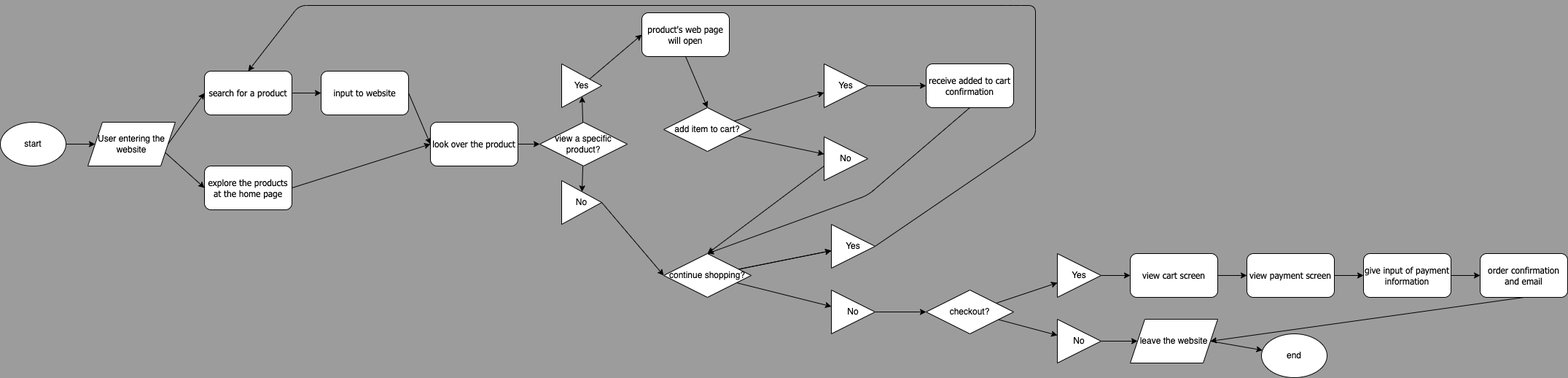
Earlier version of the draw.io export explore/diagramming/diagram.drawio.png (joyceweng/fa22-cse110-lab4). Source tidied: cells renumbered, new cells last; positions are measured from the earlier drawing's top-left corner, leaving out a move shared by most shapes.
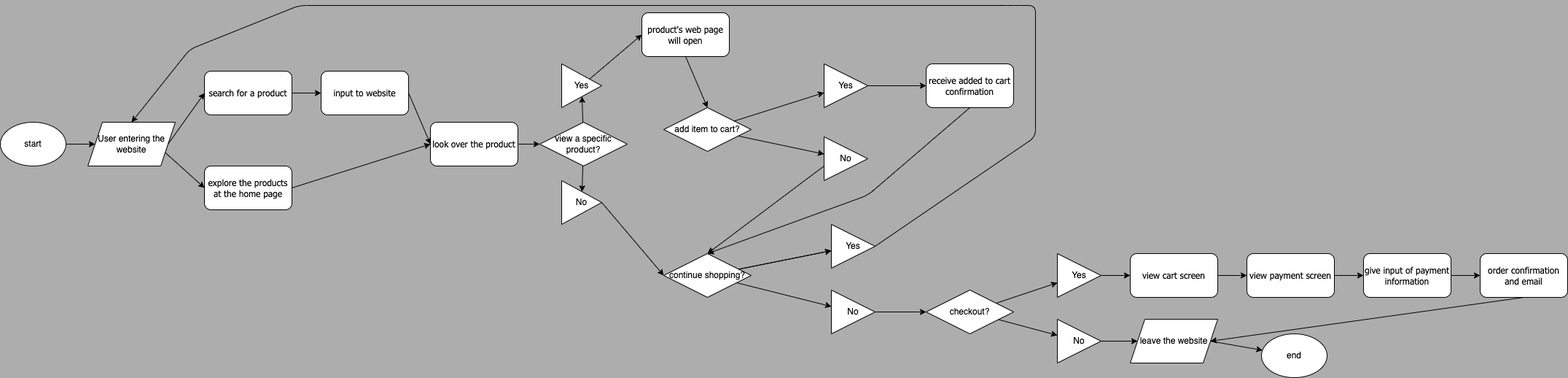
Above is the later version.

Diff of the diagram source:
```diff
@@ -1,4 +1,4 @@
-<mxGraphModel background="#9C9C9C">
+<mxGraphModel background="#ADADAD">
   <root>
     <mxCell id="0" />
     <mxCell id="1" parent="0" />
@@ -173,13 +173,14 @@
     <mxCell id="54" value="order confirmation and email" style="whiteSpace=wrap;html=1;fontFamily=Tahoma;rounded=1;" parent="1" vertex="1">
       <mxGeometry x="2030" y="340" width="120" height="60" as="geometry" />
     </mxCell>
-    <mxCell id="55" style="endArrow=classic;html=1;fontFamily=Tahoma;exitX=1;exitY=0.5;exitDx=0;exitDy=0;entryX=0.5;entryY=0;entryDx=0;entryDy=0;" parent="1" edge="1" source="35" target="4">
+    <mxCell id="55" style="endArrow=classic;html=1;fontFamily=Tahoma;exitX=1;exitY=0.5;exitDx=0;exitDy=0;entryX=0.5;entryY=0;entryDx=0;entryDy=0;" parent="1" edge="1" source="35" target="2">
       <mxGeometry relative="1" as="geometry">
         <Array as="points">
           <mxPoint x="1420" y="180" />
           <mxPoint x="1420" />
           <mxPoint x="1390" />
           <mxPoint x="410" />
+          <mxPoint x="260" y="60" />
         </Array>
       </mxGeometry>
     </mxCell>
```
